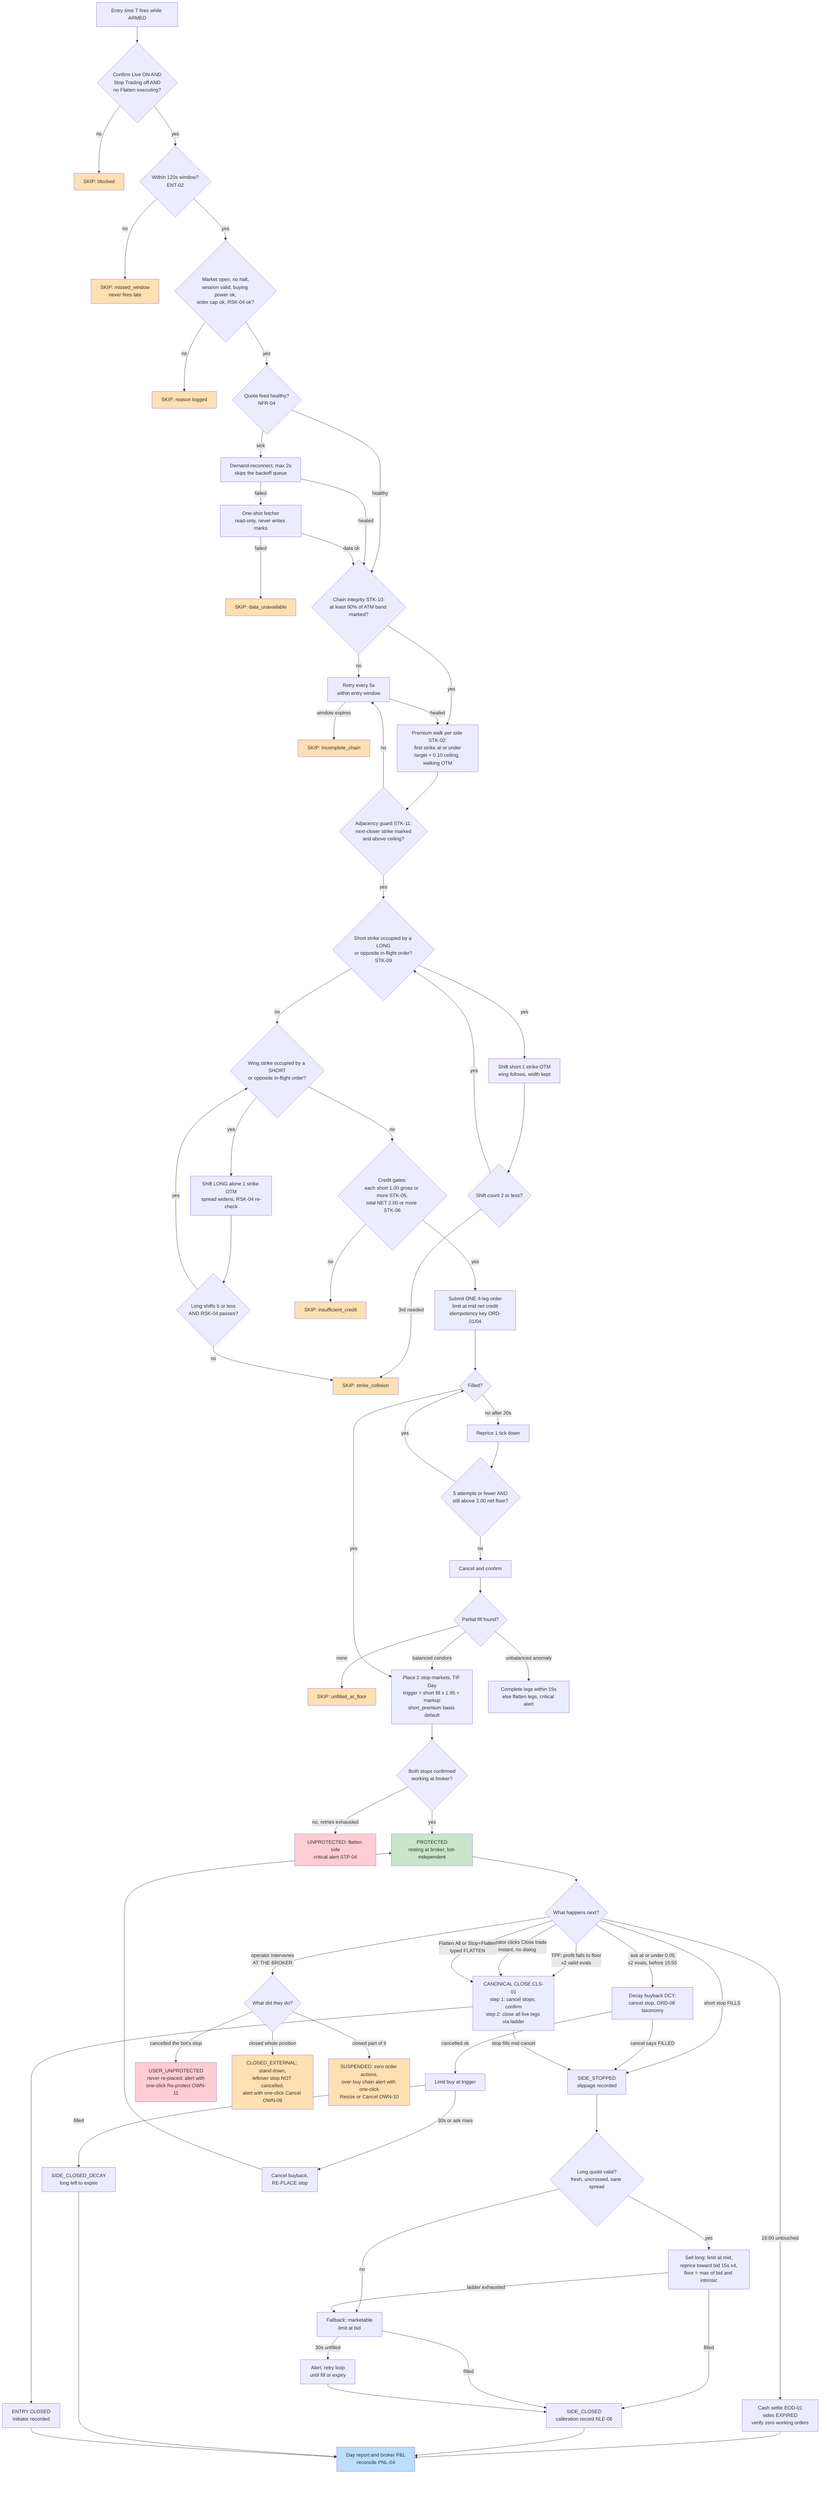
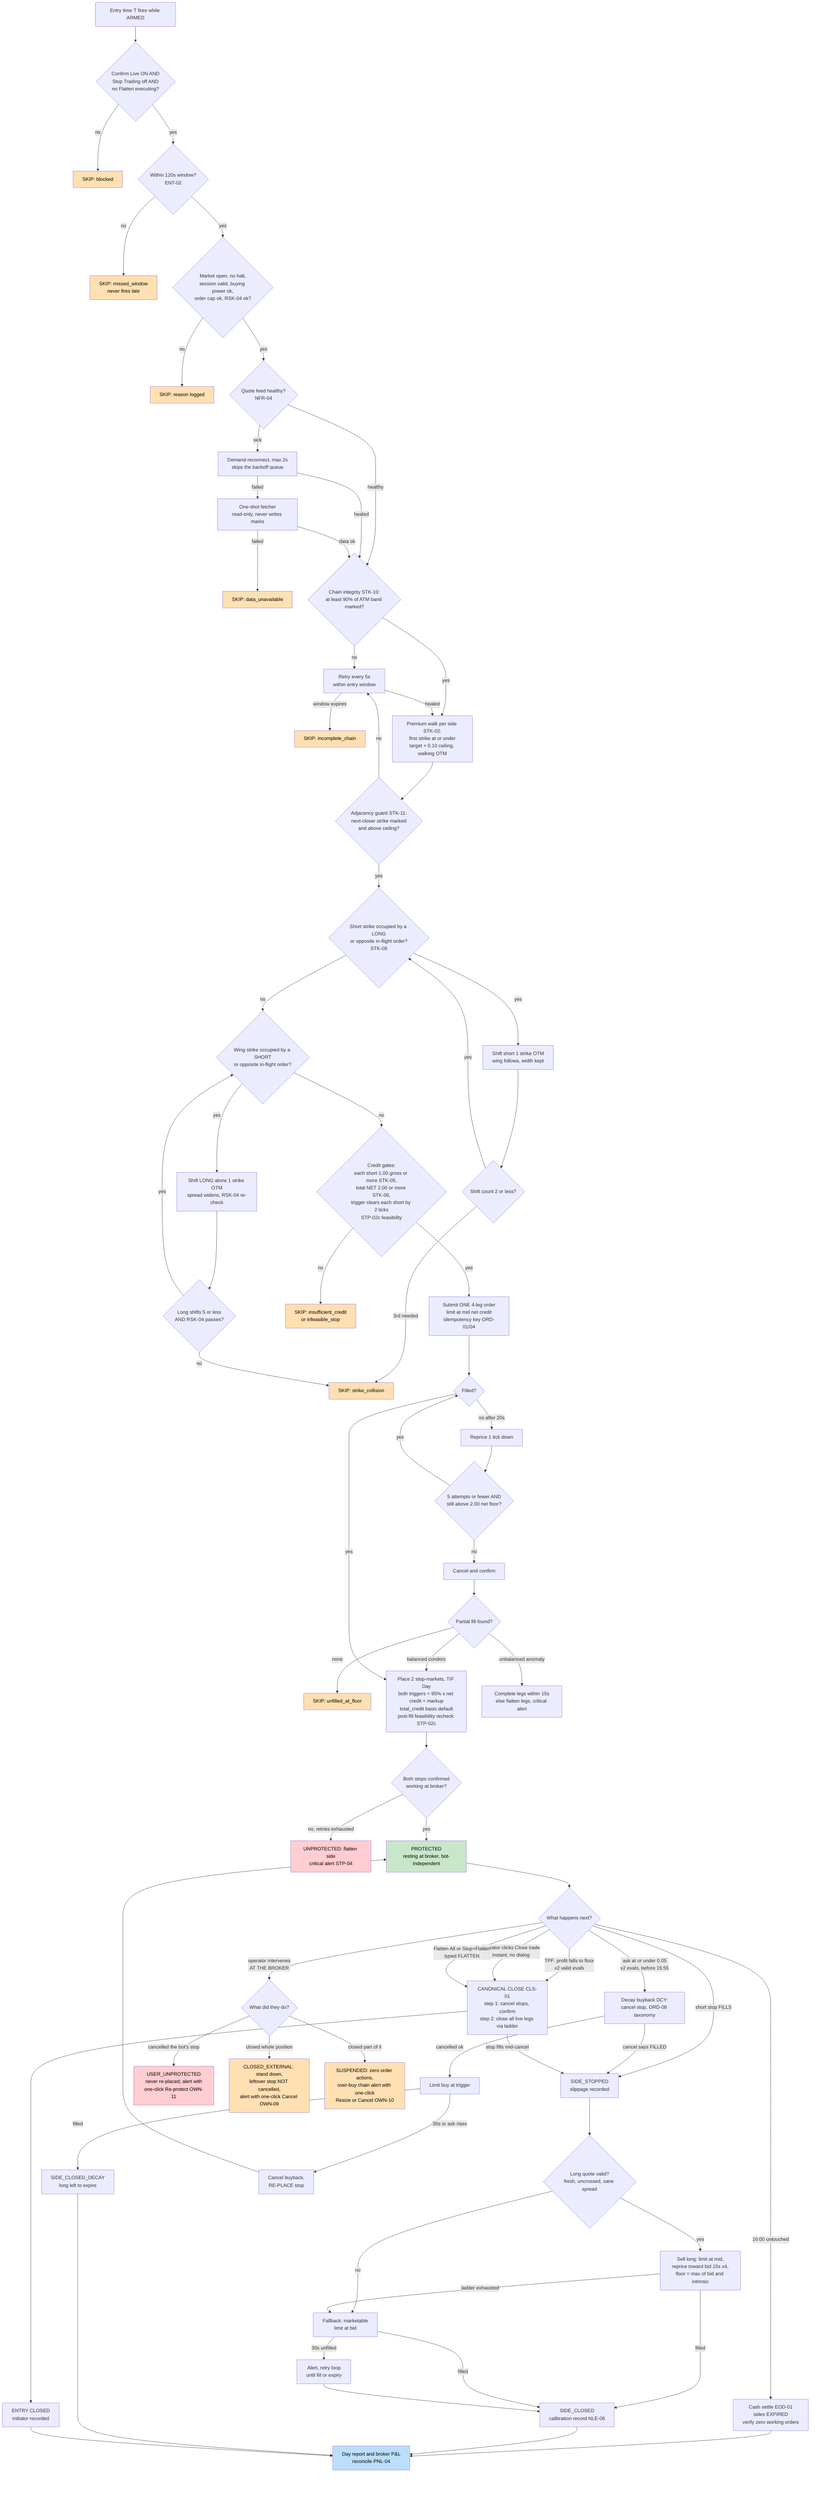
flowchart TD
    T0["Entry time T fires while ARMED"] --> G1{"Confirm Live ON AND<br/>Stop Trading off AND<br/>no Flatten executing?"}
    G1 -->|no| SKIP1["SKIP: blocked"]
    G1 -->|yes| G2{"Within 120s window?<br/>ENT-02"}
    G2 -->|no| SKIP2["SKIP: missed_window<br/>never fires late"]
    G2 -->|yes| G3{"Market open, no halt,<br/>session valid, buying power ok,<br/>order cap ok, RSK-04 ok?"}
    G3 -->|no| SKIP3["SKIP: reason logged"]
    G3 -->|yes| FEED1{"Quote feed healthy?<br/>NFR-04"}

    FEED1 -->|sick| FD1["Demand-reconnect, max 2s<br/>skips the backoff queue"]
    FD1 -->|failed| FD2["One-shot fetcher<br/>read-only, never writes marks"]
    FD2 -->|failed| SKIP4["SKIP: data_unavailable"]

    FEED1 -->|healthy| CHAIN{"Chain integrity STK-10:<br/>at least 90% of ATM band marked?"}
    FD1 -->|healed| CHAIN
    FD2 -->|data ok| CHAIN

    CHAIN -->|no| CH1["Retry every 5s<br/>within entry window"]
    CH1 -->|window expires| SKIP5["SKIP: incomplete_chain"]
    CHAIN -->|yes| SEL["Premium walk per side STK-02:<br/>first strike at or under<br/>target + 0.10 ceiling, walking OTM"]
    CH1 -->|healed| SEL

    SEL --> ADJ{"Adjacency guard STK-11:<br/>next-closer strike marked<br/>and above ceiling?"}
    ADJ -->|no| CH1
    ADJ -->|yes| COLS{"Short strike occupied by a LONG<br/>or opposite in-flight order?<br/>STK-09"}
    COLS -->|yes| CS1["Shift short 1 strike OTM<br/>wing follows, width kept"]
    CS1 --> CS2{"Shift count 2 or less?"}
    CS2 -->|yes| COLS
    CS2 -->|3rd needed| SKIP6["SKIP: strike_collision"]

    COLS -->|no| COLW{"Wing strike occupied by a SHORT<br/>or opposite in-flight order?"}
    COLW -->|yes| CW1["Shift LONG alone 1 strike OTM<br/>spread widens, RSK-04 re-check"]
    CW1 --> CW2{"Long shifts 5 or less<br/>AND RSK-04 passes?"}
    CW2 -->|yes| COLW
    CW2 -->|no| SKIP6

-     COLW -->|no| CRED{"Credit gates:<br/>each short 1.00 gross or more STK-05,<br/>total NET 2.00 or more STK-06"}
-     CRED -->|no| SKIP7["SKIP: insufficient_credit"]
+     COLW -->|no| CRED{"Credit gates:<br/>each short 1.00 gross or more STK-05,<br/>total NET 2.00 or more STK-06,<br/>trigger clears each short by 2 ticks<br/>STP-02c feasibility"}
+     CRED -->|no| SKIP7["SKIP: insufficient_credit<br/>or infeasible_stop"]
    CRED -->|yes| ORD["Submit ONE 4-leg order<br/>limit at mid net credit<br/>idempotency key ORD-01/04"]

    ORD --> OF{"Filled?"}
    OF -->|no after 20s| OR1["Reprice 1 tick down"]
    OR1 --> OR2{"5 attempts or fewer AND<br/>still above 2.00 net floor?"}
    OR2 -->|yes| OF
    OR2 -->|no| OC["Cancel and confirm"]
    OC --> OP{"Partial fill found?"}
    OP -->|none| SKIP8["SKIP: unfilled_at_floor"]
-     OP -->|balanced condors| STOPS["Place 2 stop-markets, TIF Day<br/>trigger = short fill x 1.95 + markup<br/>short_premium basis default"]
+     OP -->|balanced condors| STOPS["Place 2 stop-markets, TIF Day<br/>both triggers = 95% x net credit + markup<br/>total_credit basis default<br/>post-fill feasibility recheck STP-02c"]
    OP -->|unbalanced anomaly| OFIX["Complete legs within 15s<br/>else flatten legs, critical alert"]
    OF -->|yes| STOPS

    STOPS --> SC{"Both stops confirmed<br/>working at broker?"}
    SC -->|no, retries exhausted| UNP["UNPROTECTED: flatten side<br/>critical alert STP-04"]
    SC -->|yes| PROT["PROTECTED<br/>resting at broker, bot-independent"]

    PROT --> LC{"What happens next?"}

    LC -->|short stop FILLS| LEX1["SIDE_STOPPED<br/>slippage recorded"]
    LEX1 --> LEX2{"Long quote valid?<br/>fresh, uncrossed, sane spread"}
    LEX2 -->|yes| LEX3["Sell long: limit at mid,<br/>reprice toward bid 15s x4,<br/>floor = max of bid and intrinsic"]
    LEX2 -->|no| LEX4["Fallback: marketable<br/>limit at bid"]
    LEX3 -->|filled| SCLOSED["SIDE_CLOSED<br/>calibration record NLE-06"]
    LEX3 -->|ladder exhausted| LEX4
    LEX4 -->|filled| SCLOSED
    LEX4 -->|30s unfilled| LEX5["Alert, retry loop<br/>until fill or expiry"]
    LEX5 --> SCLOSED

    LC -->|ask at or under 0.05<br/>x2 evals, before 15:55| DCY1["Decay buyback DCY:<br/>cancel stop, ORD-08 taxonomy"]
    DCY1 -->|cancel says FILLED| LEX1
    DCY1 -->|cancelled ok| DCY2["Limit buy at trigger"]
    DCY2 -->|filled| DCY3["SIDE_CLOSED_DECAY<br/>long left to expire"]
    DCY2 -->|30s or ask rises| DCY4["Cancel buyback,<br/>RE-PLACE stop"]
    DCY4 --> PROT

    LC -->|TPF: profit falls to floor<br/>x2 valid evals| CLS0["CANONICAL CLOSE CLS-01<br/>step 1: cancel stops, confirm<br/>step 2: close all live legs via ladder"]
    LC -->|operator clicks Close trade<br/>instant, no dialog| CLS0
    LC -->|Flatten All or Stop+Flatten<br/>typed FLATTEN| CLS0
    CLS0 -->|stop fills mid-cancel| LEX1
    CLS0 --> CLOSED["ENTRY CLOSED<br/>initiator recorded"]

    LC -->|operator intervenes<br/>AT THE BROKER| OWN1{"What did they do?"}
    OWN1 -->|cancelled the bot's stop| OWN2["USER_UNPROTECTED<br/>never re-placed; alert with<br/>one-click Re-protect OWN-11"]
    OWN1 -->|closed whole position| OWN3["CLOSED_EXTERNAL: stand down,<br/>leftover stop NOT cancelled,<br/>alert with one-click Cancel OWN-09"]
    OWN1 -->|closed part of it| OWN4["SUSPENDED: zero order actions,<br/>over-buy chain alert with one-click<br/>Resize or Cancel OWN-10"]

    LC -->|16:00 untouched| EOD1["Cash settle EOD-01<br/>sides EXPIRED<br/>verify zero working orders"]

    EOD1 --> RPT["Day report and broker P&L<br/>reconcile PNL-04"]
    SCLOSED --> RPT
    DCY3 --> RPT
    CLOSED --> RPT

-     style PROT fill:#c8e6c9
-     style UNP fill:#ffcdd2
-     style OWN2 fill:#ffcdd2
-     style OWN3 fill:#ffe0b2
-     style OWN4 fill:#ffe0b2
-     style SKIP1 fill:#ffe0b2
-     style SKIP2 fill:#ffe0b2
-     style SKIP3 fill:#ffe0b2
-     style SKIP4 fill:#ffe0b2
-     style SKIP5 fill:#ffe0b2
-     style SKIP6 fill:#ffe0b2
-     style SKIP7 fill:#ffe0b2
-     style SKIP8 fill:#ffe0b2
-     style RPT fill:#bbdefb
+     style PROT fill:#c8e6c9,color:#000000
+     style UNP fill:#ffcdd2,color:#000000
+     style OWN2 fill:#ffcdd2,color:#000000
+     style OWN3 fill:#ffe0b2,color:#000000
+     style OWN4 fill:#ffe0b2,color:#000000
+     style SKIP1 fill:#ffe0b2,color:#000000
+     style SKIP2 fill:#ffe0b2,color:#000000
+     style SKIP3 fill:#ffe0b2,color:#000000
+     style SKIP4 fill:#ffe0b2,color:#000000
+     style SKIP5 fill:#ffe0b2,color:#000000
+     style SKIP6 fill:#ffe0b2,color:#000000
+     style SKIP7 fill:#ffe0b2,color:#000000
+     style SKIP8 fill:#ffe0b2,color:#000000
+     style RPT fill:#bbdefb,color:#000000
